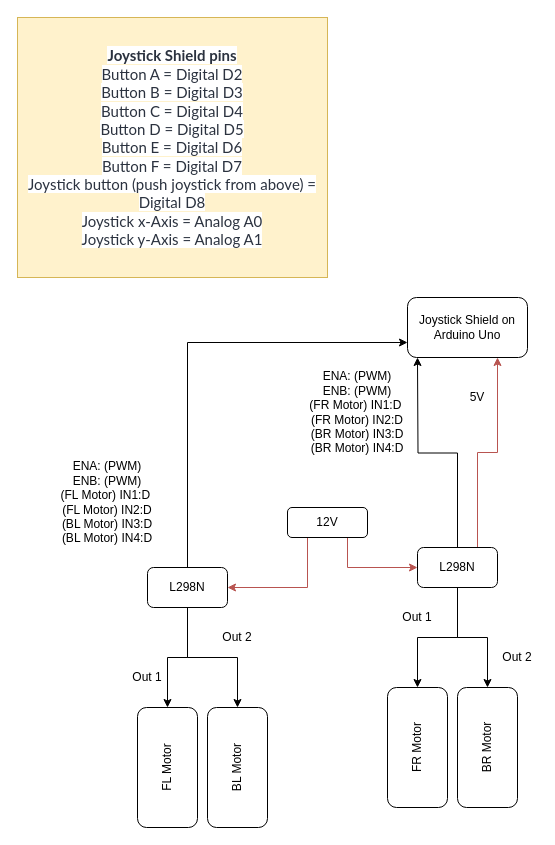
Before: Untitled Diagram.drawio in shaun-stone/RC-Car-Uno, a draw.io diagram. Source tidied: cells renumbered, new cells numbered last; positions are measured from the earlier drawing's top-left corner, leaving out a move shared by most shapes. Both pictures are drawn from the tidied source at 100%, with x=0, y=0 at pixel (17, 17).
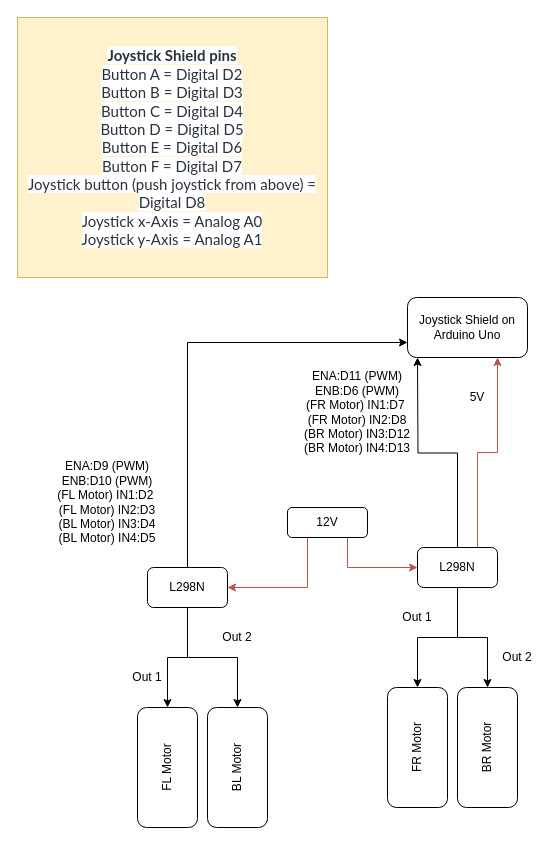
After the change.

Commit message:
Schematic remote control motor test.drawio

What changed in the source:
```diff
@@
-    <mxCell id="25" value="ENA: (PWM)&lt;br&gt;ENB: (PWM)&lt;br&gt;(FL Motor) IN1:D&amp;nbsp;&lt;br&gt;(FL Motor) IN2:D&lt;br&gt;(BL Motor) IN3:D&lt;br&gt;(BL Motor) IN4:D" style="text;html=1;strokeColor=none;fillColor=none;align=center;verticalAlign=middle;whiteSpace=wrap;rounded=0;" parent="1" vertex="1">
+    <mxCell id="25" value="ENA:D9 (PWM)&lt;br&gt;ENB:D10 (PWM)&lt;br&gt;(FL Motor) IN1:D2&amp;nbsp;&lt;br&gt;(FL Motor) IN2:D3&lt;br&gt;(BL Motor) IN3:D4&lt;br&gt;(BL Motor) IN4:D5" style="text;html=1;strokeColor=none;fillColor=none;align=center;verticalAlign=middle;whiteSpace=wrap;rounded=0;" parent="1" vertex="1">
       <mxGeometry x="10" y="430" width="160" height="110" as="geometry" />
     </mxCell>
-    <mxCell id="26" value="ENA: (PWM)&lt;br&gt;ENB: (PWM)&lt;br&gt;(FR Motor) IN1:D&amp;nbsp;&lt;br&gt;(FR Motor) IN2:D&lt;br&gt;(BR Motor) IN3:D&lt;br&gt;(BR Motor) IN4:D" style="text;html=1;strokeColor=none;fillColor=none;align=center;verticalAlign=middle;whiteSpace=wrap;rounded=0;" parent="1" vertex="1">
+    <mxCell id="26" value="ENA:D11 (PWM)&lt;br&gt;ENB:D6 (PWM)&lt;br&gt;(FR Motor) IN1:D7&amp;nbsp;&lt;br&gt;(FR Motor) IN2:D8&lt;br&gt;(BR Motor) IN3:D12&lt;br&gt;(BR Motor) IN4:D13" style="text;html=1;strokeColor=none;fillColor=none;align=center;verticalAlign=middle;whiteSpace=wrap;rounded=0;" parent="1" vertex="1">
       <mxGeometry x="260" y="340" width="160" height="110" as="geometry" />
     </mxCell>
```
